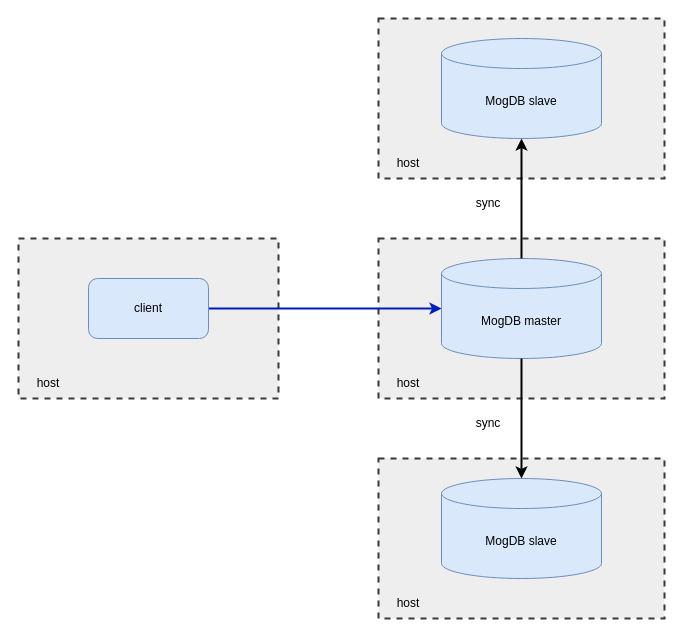
Above: 1master2slave.drawio in clemenza/czha-ip-router (draw.io), before the change. Source tidied: cells renumbered, new cells numbered last; positions are measured from the earlier drawing's top-left corner, leaving out a move shared by most shapes. Both pictures are drawn from the tidied source at 100%, with x=0, y=0 at pixel (18, 18).
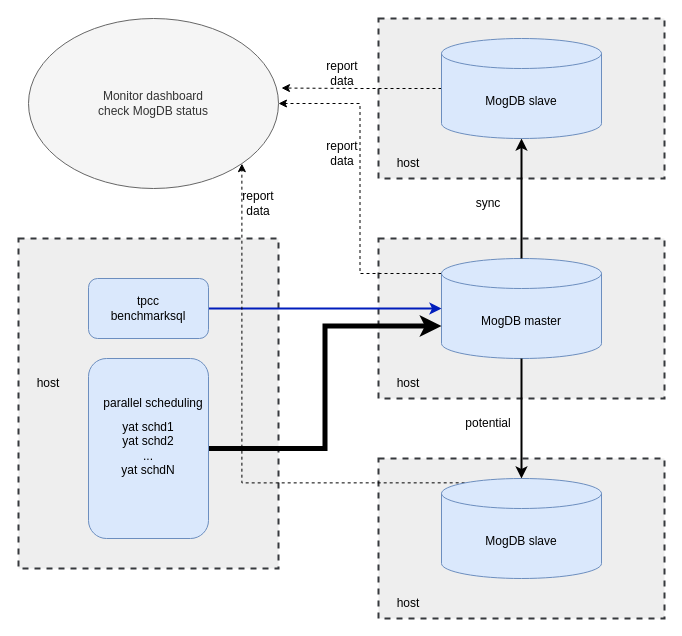
Above is the later version.

The change refers to these unchanged cells:
```xml
<mxCell id="4" value="MogDB master" style="shape=cylinder3;whiteSpace=wrap;html=1;boundedLbl=1;backgroundOutline=1;size=15;fillColor=#dae8fc;strokeColor=#6c8ebf;" parent="1" vertex="1">
  <mxGeometry x="423" y="240" width="160" height="100" as="geometry" />
</mxCell>
<mxCell id="8" value="MogDB slave" style="shape=cylinder3;whiteSpace=wrap;html=1;boundedLbl=1;backgroundOutline=1;size=15;fillColor=#dae8fc;strokeColor=#6c8ebf;" parent="1" vertex="1">
  <mxGeometry x="423" y="460" width="160" height="100" as="geometry" />
</mxCell>
<mxCell id="10" value="MogDB slave" style="shape=cylinder3;whiteSpace=wrap;html=1;boundedLbl=1;backgroundOutline=1;size=15;fillColor=#dae8fc;strokeColor=#6c8ebf;" parent="1" vertex="1">
  <mxGeometry x="423" y="20" width="160" height="100" as="geometry" />
</mxCell>
```

The edit, as a diff of the source:
```diff
@@
     <mxCell id="3" style="rounded=0;whiteSpace=wrap;html=1;dashed=1;strokeWidth=2;fillColor=#eeeeee;strokeColor=#36393d;" parent="1" vertex="1">
-      <mxGeometry y="220" width="260" height="160" as="geometry" />
+      <mxGeometry y="220" width="260" height="330" as="geometry" />
     </mxCell>
+    <mxCell id="19" style="edgeStyle=orthogonalEdgeStyle;rounded=0;jettySize=auto;html=1;exitX=0;exitY=0;exitDx=0;exitDy=15;exitPerimeter=0;entryX=1;entryY=0.5;entryDx=0;entryDy=0;dashed=1;strokeWidth=1;" parent="1" edge="1" source="4" target="25">
+      <mxGeometry relative="1" as="geometry" />
+    </mxCell>
@@
-    <mxCell id="6" value="client" style="rounded=1;whiteSpace=wrap;html=1;fillColor=#dae8fc;strokeColor=#6c8ebf;" parent="1" vertex="1">
+    <mxCell id="6" value="tpcc&lt;br&gt;benchmarksql" style="rounded=1;whiteSpace=wrap;html=1;fillColor=#dae8fc;strokeColor=#6c8ebf;" parent="1" vertex="1">
       <mxGeometry x="70" y="260" width="120" height="60" as="geometry" />
     </mxCell>
@@
+    <mxCell id="20" style="edgeStyle=orthogonalEdgeStyle;rounded=0;jettySize=auto;html=1;exitX=0.145;exitY=0;exitDx=0;exitDy=4.35;exitPerimeter=0;entryX=1;entryY=1;entryDx=0;entryDy=0;dashed=1;strokeWidth=1;" parent="1" edge="1" source="8" target="25">
+      <mxGeometry relative="1" as="geometry" />
+    </mxCell>
@@
+    <mxCell id="21" style="edgeStyle=orthogonalEdgeStyle;rounded=0;jettySize=auto;html=1;exitX=0;exitY=0.5;exitDx=0;exitDy=0;exitPerimeter=0;entryX=1.012;entryY=0.409;entryDx=0;entryDy=0;entryPerimeter=0;strokeWidth=1;dashed=1;" parent="1" edge="1" source="10" target="25">
+      <mxGeometry relative="1" as="geometry" />
+    </mxCell>
@@
-    <mxCell id="14" value="sync" style="text;html=1;strokeColor=none;fillColor=none;align=center;verticalAlign=middle;whiteSpace=wrap;rounded=0;" parent="1" vertex="1">
+    <mxCell id="14" value="potential" style="text;html=1;strokeColor=none;fillColor=none;align=center;verticalAlign=middle;whiteSpace=wrap;rounded=0;" parent="1" vertex="1">
       <mxGeometry x="440" y="390" width="60" height="30" as="geometry" />
     </mxCell>
@@
+    <mxCell id="22" style="edgeStyle=orthogonalEdgeStyle;rounded=0;jettySize=auto;html=1;exitX=1;exitY=0.5;exitDx=0;exitDy=0;entryX=0;entryY=0;entryDx=0;entryDy=67.5;entryPerimeter=0;strokeWidth=5;" parent="1" edge="1" source="23" target="4">
+      <mxGeometry relative="1" as="geometry" />
+    </mxCell>
+    <mxCell id="23" value="yat schd1&lt;br&gt;yat schd2&lt;br&gt;...&lt;br&gt;yat schdN" style="rounded=1;whiteSpace=wrap;html=1;fillColor=#dae8fc;strokeColor=#6c8ebf;" parent="1" vertex="1">
+      <mxGeometry x="70" y="340" width="120" height="180" as="geometry" />
+    </mxCell>
+    <mxCell id="24" value="parallel scheduling" style="text;html=1;strokeColor=none;fillColor=none;align=center;verticalAlign=middle;whiteSpace=wrap;rounded=0;" parent="1" vertex="1">
+      <mxGeometry x="70" y="370" width="130" height="30" as="geometry" />
+    </mxCell>
+    <mxCell id="25" value="Monitor dashboard&lt;br&gt;check MogDB status" style="ellipse;whiteSpace=wrap;html=1;fillColor=#f5f5f5;fontColor=#333333;strokeColor=#666666;" parent="1" vertex="1">
+      <mxGeometry x="10" width="250" height="170" as="geometry" />
+    </mxCell>
+    <mxCell id="26" value="report data" style="text;html=1;strokeColor=none;fillColor=none;align=center;verticalAlign=middle;whiteSpace=wrap;rounded=0;" parent="1" vertex="1">
+      <mxGeometry x="294" y="40" width="60" height="30" as="geometry" />
+    </mxCell>
+    <mxCell id="27" value="report data" style="text;html=1;strokeColor=none;fillColor=none;align=center;verticalAlign=middle;whiteSpace=wrap;rounded=0;" parent="1" vertex="1">
+      <mxGeometry x="294" y="120" width="60" height="30" as="geometry" />
+    </mxCell>
+    <mxCell id="28" value="report data" style="text;html=1;strokeColor=none;fillColor=none;align=center;verticalAlign=middle;whiteSpace=wrap;rounded=0;" parent="1" vertex="1">
+      <mxGeometry x="210" y="170" width="60" height="30" as="geometry" />
+    </mxCell>
```
